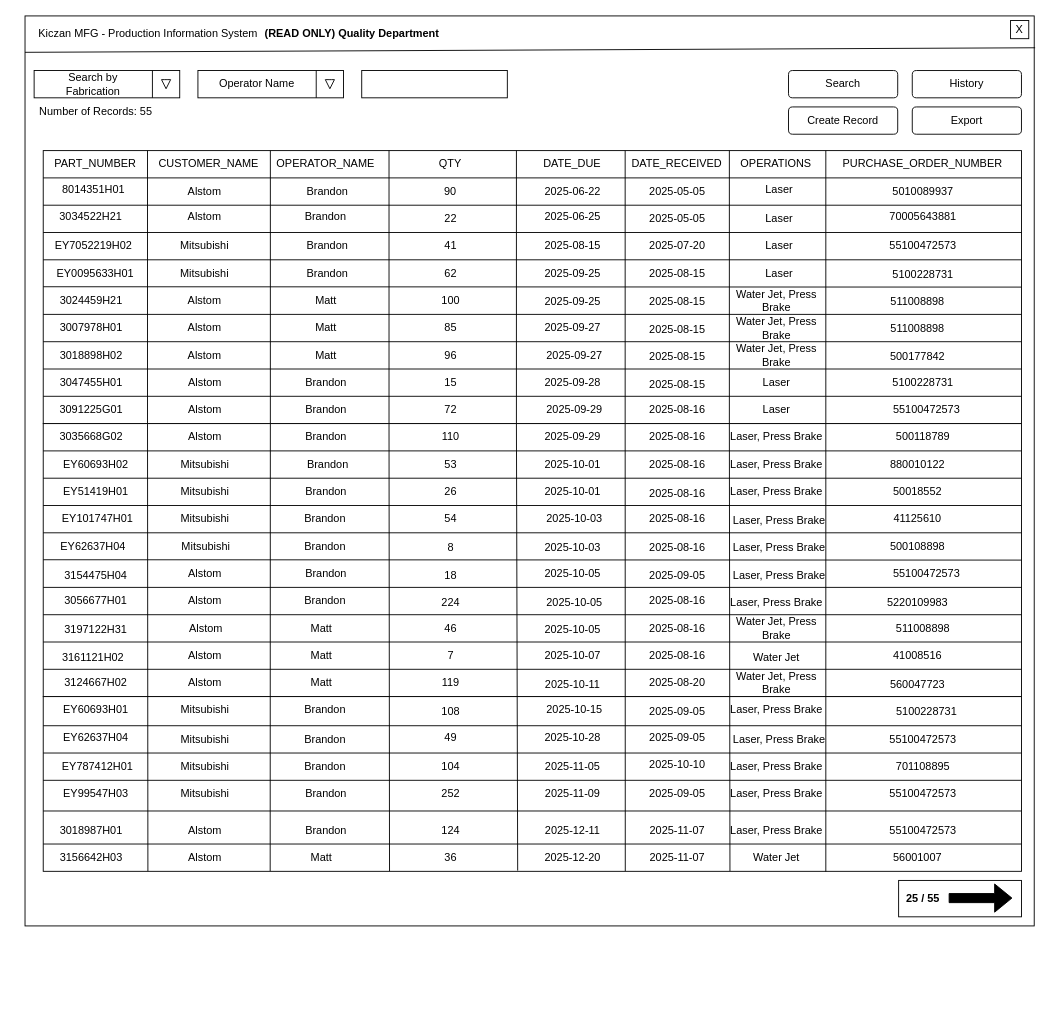
Earlier version of the draw.io diagram Main User Interface Wireframe Search By Department (READONLY)PAGED RESULTS.drawio (JrST90/Team2CapstoneProject). Source tidied: cells renumbered, new cells numbered last; positions are measured from the earlier drawing's top-left corner, leaving out a move shared by most shapes. Both pictures are drawn from the tidied source at 91%, with x=0, y=0 at pixel (15, 15).
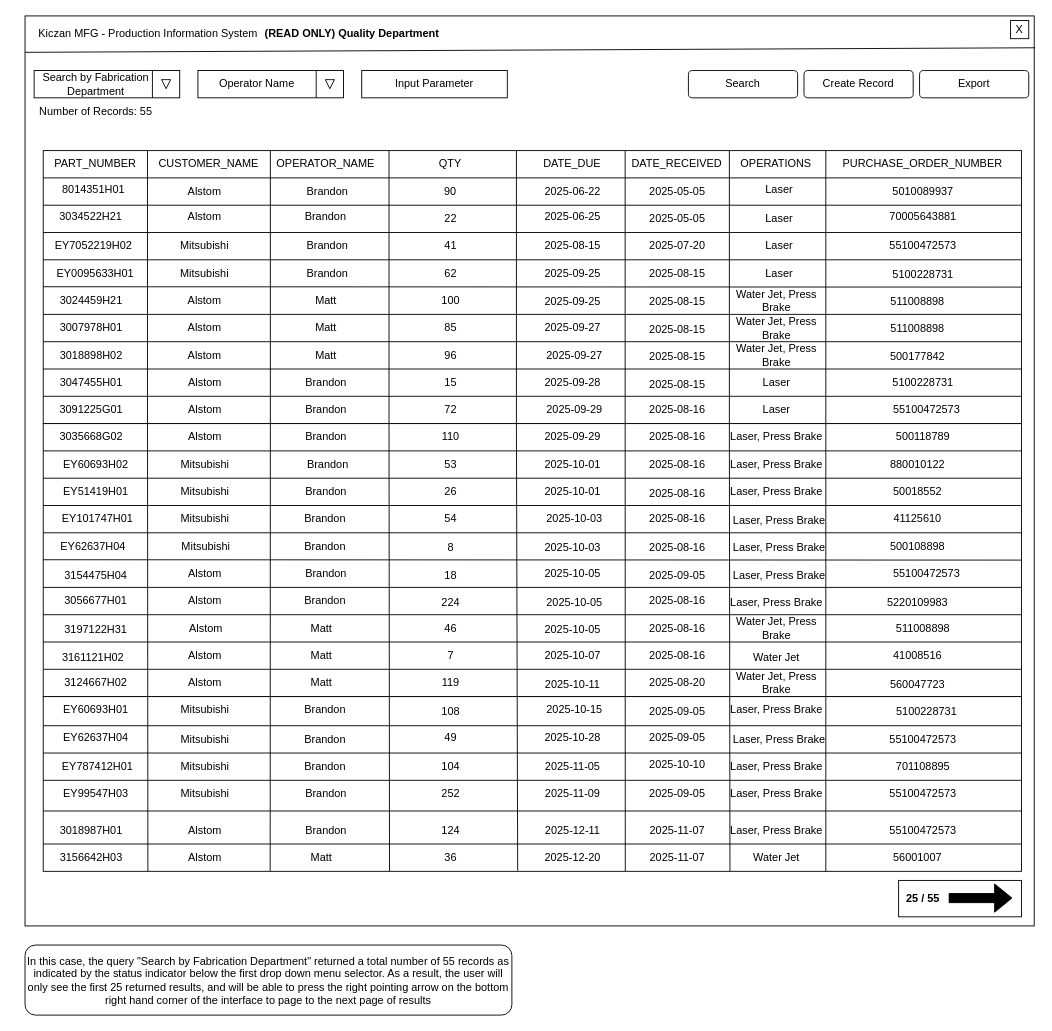
The same page after the edit.

Diff of the diagram source:
```diff
@@
-    <mxCell id="8" style="rounded=0;whiteSpace=wrap;html=1;" parent="1" vertex="1">
+    <mxCell id="8" value="Input Parameter" style="rounded=0;whiteSpace=wrap;html=1;" parent="1" vertex="1">
       <mxGeometry x="380" y="60" width="160" height="30" as="geometry" />
     </mxCell>
     <mxCell id="9" value="Search" style="rounded=1;whiteSpace=wrap;html=1;" parent="1" vertex="1">
-      <mxGeometry x="849" y="60" width="120" height="30" as="geometry" />
+      <mxGeometry x="739" y="60" width="120" height="30" as="geometry" />
     </mxCell>
-    <mxCell id="10" value="Search by Fabrication" style="text;html=1;whiteSpace=wrap;strokeColor=none;fillColor=none;align=center;verticalAlign=middle;rounded=0;" parent="1" vertex="1">
-      <mxGeometry x="40" y="60" width="90" height="30" as="geometry" />
+    <mxCell id="10" value="Search by Fabrication Department" style="text;html=1;whiteSpace=wrap;strokeColor=none;fillColor=none;align=center;verticalAlign=middle;rounded=0;" parent="1" vertex="1">
+      <mxGeometry x="9.5" y="60" width="156" height="30" as="geometry" />
     </mxCell>
@@
     <mxCell id="31" value="Create Record" style="rounded=1;whiteSpace=wrap;html=1;" parent="1" vertex="1">
-      <mxGeometry x="849" y="100" width="120" height="30" as="geometry" />
+      <mxGeometry x="866" y="60" width="120" height="30" as="geometry" />
     </mxCell>
@@
-    <mxCell id="43" value="History" style="rounded=1;whiteSpace=wrap;html=1;" parent="1" vertex="1">
-      <mxGeometry x="985" y="60" width="120" height="30" as="geometry" />
-    </mxCell>
     <mxCell id="44" value="Export" style="rounded=1;whiteSpace=wrap;html=1;" parent="1" vertex="1">
-      <mxGeometry x="985" y="100" width="120" height="30" as="geometry" />
+      <mxGeometry x="993" y="60" width="120" height="30" as="geometry" />
     </mxCell>
@@
+    <mxCell id="272" value="In this case, the query &quot;Search by Fabrication Department&quot; returned a total number of 55 records as indicated by the status indicator below the first drop down menu selector. As a result, the user will only see the first 25 returned results, and will be able to press the right pointing arrow on the bottom right hand corner of the interface to page to the next page of results" style="rounded=1;whiteSpace=wrap;html=1;" parent="1" vertex="1">
+      <mxGeometry x="10" y="1021" width="535" height="77" as="geometry" />
+    </mxCell>
```
